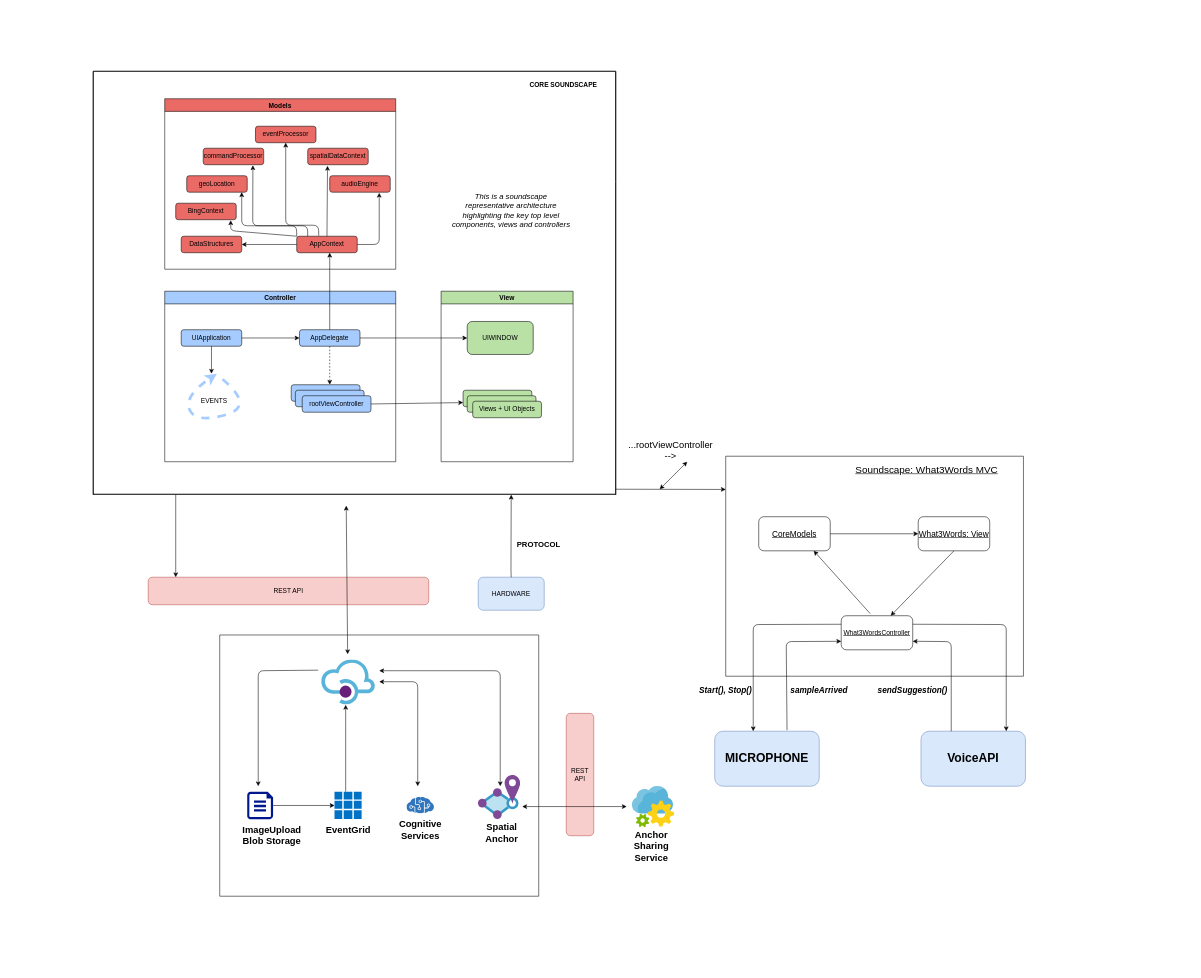
Above: InsideLook.drawio in willdonlan8/test (draw.io), before the change. Source tidied: cells renumbered, new cells numbered last; positions are measured from the earlier drawing's top-left corner, leaving out a move shared by most shapes. Both pictures are drawn from the tidied source at 55%, with x=0, y=0 at pixel (93, 71). Pictures stored in the file or linked from it are replaced by grey dashed boxes.
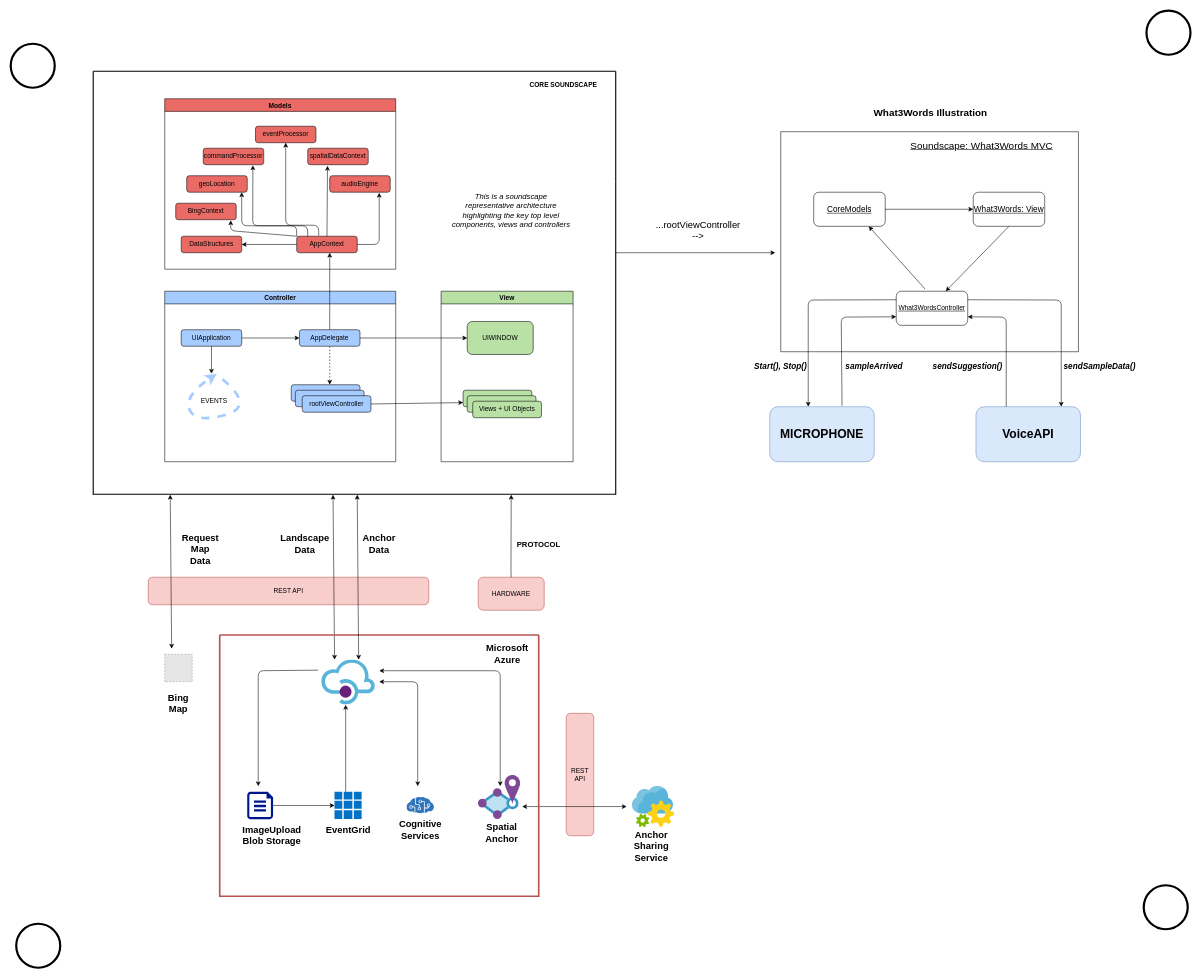
The same page after the edit.

The edit, as a diff of the source:
```diff
@@
-    <mxCell id="53" style="endArrow=classic;html=1;entryX=0;entryY=0.201;entryDx=0;entryDy=0;entryPerimeter=0;" parent="1" edge="1">
-      <mxGeometry relative="1" as="geometry">
-        <mxPoint x="950" y="760" as="sourcePoint" />
-        <mxPoint x="1150" y="760.4" as="targetPoint" />
-      </mxGeometry>
-    </mxCell>
-    <mxCell id="54" value="&lt;font style=&quot;font-size: 17px&quot;&gt;...rootViewController --&amp;gt;&lt;/font&gt;" style="text;html=1;strokeColor=none;fillColor=none;align=center;verticalAlign=middle;whiteSpace=wrap;rounded=0;" parent="1" vertex="1">
-      <mxGeometry x="990" y="660" width="120" height="60" as="geometry" />
-    </mxCell>
-    <mxCell id="55" value="HARDWARE" style="rounded=1;whiteSpace=wrap;html=1;fillColor=#dae8fc;strokeColor=#6c8ebf;" parent="1" vertex="1">
+    <mxCell id="55" value="HARDWARE" style="rounded=1;whiteSpace=wrap;html=1;fillColor=#f8cecc;strokeColor=#b85450;" parent="1" vertex="1">
       <mxGeometry x="700" y="920" width="120" height="60" as="geometry" />
     </mxCell>
@@
-    <mxCell id="59" style="swimlane;startSize=0;" parent="1" vertex="1">
-      <mxGeometry x="1150" y="700" width="541.3" height="400" as="geometry" />
-    </mxCell>
-    <mxCell id="60" value="&lt;font style=&quot;font-size: 18px&quot;&gt;&lt;u&gt;Soundscape: What3Words MVC&lt;/u&gt;&lt;/font&gt;" style="text;html=1;strokeColor=none;fillColor=none;align=center;verticalAlign=middle;whiteSpace=wrap;rounded=0;" parent="59" vertex="1">
-      <mxGeometry x="190" width="351.3" height="50" as="geometry" />
-    </mxCell>
-    <mxCell id="61" value="&lt;u&gt;What3WordsController&lt;/u&gt;" style="rounded=1;whiteSpace=wrap;html=1;strokeColor=#000000;fillColor=#FFFFFF;" parent="59" vertex="1">
-      <mxGeometry x="210" y="290" width="130" height="62" as="geometry" />
-    </mxCell>
-    <mxCell id="62" value="&lt;u&gt;&lt;font style=&quot;font-size: 15px&quot;&gt;What3Words: View&lt;/font&gt;&lt;/u&gt;" style="rounded=1;whiteSpace=wrap;html=1;strokeColor=#000000;fillColor=#FFFFFF;" parent="59" vertex="1">
-      <mxGeometry x="350" y="110" width="130" height="62" as="geometry" />
-    </mxCell>
-    <mxCell id="63" value="&lt;u&gt;&lt;font style=&quot;font-size: 15px&quot;&gt;CoreModels&lt;/font&gt;&lt;/u&gt;" style="rounded=1;whiteSpace=wrap;html=1;strokeColor=#000000;fillColor=#FFFFFF;" parent="59" vertex="1">
-      <mxGeometry x="60" y="110" width="130" height="62" as="geometry" />
-    </mxCell>
-    <mxCell id="64" style="endArrow=classic;html=1;" parent="59" edge="1" source="63" target="62">
-      <mxGeometry relative="1" as="geometry" />
-    </mxCell>
-    <mxCell id="65" style="endArrow=classic;html=1;exitX=0.404;exitY=-0.064;exitDx=0;exitDy=0;exitPerimeter=0;" parent="59" edge="1" source="61">
-      <mxGeometry relative="1" as="geometry">
-        <mxPoint x="160" y="172" as="targetPoint" />
-      </mxGeometry>
-    </mxCell>
-    <mxCell id="66" value="&lt;b&gt;&lt;font style=&quot;font-size: 22px&quot;&gt;MICROPHONE&lt;/font&gt;&lt;/b&gt;" style="rounded=1;whiteSpace=wrap;html=1;fillColor=#dae8fc;strokeColor=#6c8ebf;" parent="1" vertex="1">
-      <mxGeometry x="1130" y="1200" width="190" height="100" as="geometry" />
-    </mxCell>
-    <mxCell id="67" value="&lt;b&gt;&lt;font style=&quot;font-size: 22px&quot;&gt;VoiceAPI&lt;/font&gt;&lt;/b&gt;" style="rounded=1;whiteSpace=wrap;html=1;fillColor=#dae8fc;strokeColor=#6c8ebf;" parent="1" vertex="1">
-      <mxGeometry x="1505" y="1200" width="190" height="100" as="geometry" />
-    </mxCell>
-    <mxCell id="68" style="endArrow=classic;html=1;exitX=0;exitY=0.25;exitDx=0;exitDy=0;" parent="1" edge="1" source="61">
-      <mxGeometry relative="1" as="geometry">
-        <mxPoint x="1200" y="1200" as="targetPoint" />
-        <Array as="points">
-          <mxPoint x="1200" y="1006" />
-        </Array>
-      </mxGeometry>
-    </mxCell>
-    <mxCell id="69" style="endArrow=classic;html=1;exitX=1;exitY=0.25;exitDx=0;exitDy=0;" parent="1" edge="1" source="61">
-      <mxGeometry relative="1" as="geometry">
-        <mxPoint x="1660" y="1200" as="targetPoint" />
-        <Array as="points">
-          <mxPoint x="1660" y="1006" />
-        </Array>
-      </mxGeometry>
-    </mxCell>
-    <mxCell id="70" style="endArrow=classic;html=1;entryX=0;entryY=0.75;entryDx=0;entryDy=0;exitX=0.692;exitY=-0.02;exitDx=0;exitDy=0;exitPerimeter=0;" parent="1" edge="1" source="66" target="61">
-      <mxGeometry relative="1" as="geometry">
-        <Array as="points">
-          <mxPoint x="1260" y="1037" />
-        </Array>
-      </mxGeometry>
-    </mxCell>
-    <mxCell id="71" style="endArrow=classic;html=1;entryX=1;entryY=0.75;entryDx=0;entryDy=0;" parent="1" edge="1" target="61">
-      <mxGeometry relative="1" as="geometry">
-        <mxPoint x="1560" y="1200" as="sourcePoint" />
-        <Array as="points">
-          <mxPoint x="1560" y="1037" />
-        </Array>
-      </mxGeometry>
-    </mxCell>
-    <mxCell id="72" style="endArrow=classic;html=1;exitX=0.5;exitY=1;exitDx=0;exitDy=0;" parent="1" edge="1" source="62">
-      <mxGeometry relative="1" as="geometry">
-        <mxPoint x="1450" y="990" as="targetPoint" />
-      </mxGeometry>
-    </mxCell>
-    <mxCell id="73" value="&lt;font style=&quot;font-size: 15px&quot;&gt;&lt;b&gt;&lt;i&gt;sampleArrived&lt;/i&gt;&lt;/b&gt;&lt;/font&gt;" style="text;html=1;strokeColor=none;fillColor=none;align=center;verticalAlign=middle;whiteSpace=wrap;rounded=0;" parent="1" vertex="1">
-      <mxGeometry x="1270" y="1110" width="100" height="30" as="geometry" />
-    </mxCell>
-    <mxCell id="74" value="&lt;font style=&quot;font-size: 15px&quot;&gt;&lt;b&gt;&lt;i&gt;Start(), Stop()&lt;/i&gt;&lt;/b&gt;&lt;/font&gt;" style="text;html=1;strokeColor=none;fillColor=none;align=center;verticalAlign=middle;whiteSpace=wrap;rounded=0;" parent="1" vertex="1">
-      <mxGeometry x="1100" y="1110" width="100" height="30" as="geometry" />
-    </mxCell>
-    <mxCell id="75" value="&lt;font style=&quot;font-size: 15px&quot;&gt;&lt;b&gt;&lt;i&gt;sendSuggestion()&lt;/i&gt;&lt;/b&gt;&lt;/font&gt;" style="text;html=1;strokeColor=none;fillColor=none;align=center;verticalAlign=middle;whiteSpace=wrap;rounded=0;" parent="1" vertex="1">
-      <mxGeometry x="1440" y="1110" width="100" height="30" as="geometry" />
-    </mxCell>
@@
-    <mxCell id="77" style="endArrow=classic;html=1;" parent="1" edge="1">
-      <mxGeometry relative="1" as="geometry">
-        <mxPoint x="150" y="770" as="sourcePoint" />
-        <mxPoint x="150" y="920" as="targetPoint" />
-      </mxGeometry>
-    </mxCell>
@@
     <mxCell id="84" style="endArrow=classic;startArrow=classic;html=1;" parent="1" edge="1">
       <mxGeometry relative="1" as="geometry">
-        <mxPoint x="462.6" y="1060" as="sourcePoint" />
-        <mxPoint x="460" y="790" as="targetPoint" />
+        <mxPoint x="438.8" y="1070" as="sourcePoint" />
+        <mxPoint x="436" y="770" as="targetPoint" />
       </mxGeometry>
     </mxCell>
-    <mxCell id="85" style="endArrow=classic;startArrow=classic;html=1;" parent="1" edge="1">
-      <mxGeometry relative="1" as="geometry">
-        <mxPoint x="1030" y="760" as="sourcePoint" />
-        <mxPoint x="1080" y="710" as="targetPoint" />
-      </mxGeometry>
-    </mxCell>
@@
-    <mxCell id="88" style="swimlane;startSize=0;" parent="1" vertex="1">
+    <mxCell id="88" style="swimlane;startSize=0;fillColor=#f8cecc;strokeColor=#b85450;strokeWidth=3;" parent="1" vertex="1">
       <mxGeometry x="230" y="1025" width="580" height="475" as="geometry" />
     </mxCell>
+    <mxCell id="89" value="&lt;font style=&quot;font-size: 17px&quot;&gt;&lt;b&gt;Microsoft Azure&lt;br&gt;&lt;/b&gt;&lt;/font&gt;" style="text;html=1;strokeColor=none;fillColor=none;align=center;verticalAlign=middle;whiteSpace=wrap;rounded=0;dashed=1;" parent="88" vertex="1">
+      <mxGeometry x="497.5" y="25" width="50" height="20" as="geometry" />
+    </mxCell>
+    <mxCell id="90" style="fillColor=#E6E6E6;strokeColor=#999999;dashed=1;verticalLabelPosition=bottom;labelBackgroundColor=#ffffff;verticalAlign=top;" parent="1" vertex="1">
+      <mxGeometry x="130" y="1060" width="50" height="50" as="geometry" />
+    </mxCell>
+    <mxCell id="91" value="&lt;font style=&quot;font-size: 17px&quot;&gt;&lt;b&gt;Bing Map&lt;br&gt;&lt;/b&gt;&lt;/font&gt;" style="text;html=1;strokeColor=none;fillColor=none;align=center;verticalAlign=middle;whiteSpace=wrap;rounded=0;dashed=1;" parent="1" vertex="1">
+      <mxGeometry x="130" y="1140" width="50" height="20" as="geometry" />
+    </mxCell>
+    <mxCell id="92" style="endArrow=classic;startArrow=classic;html=1;" parent="1" edge="1">
+      <mxGeometry relative="1" as="geometry">
+        <mxPoint x="142.6" y="1050" as="sourcePoint" />
+        <mxPoint x="140" y="770" as="targetPoint" />
+      </mxGeometry>
+    </mxCell>
+    <mxCell id="93" value="&lt;font style=&quot;font-size: 17px&quot;&gt;&lt;b&gt;Request Map Data&lt;br&gt;&lt;/b&gt;&lt;/font&gt;" style="text;html=1;strokeColor=none;fillColor=none;align=center;verticalAlign=middle;whiteSpace=wrap;rounded=0;dashed=1;" parent="1" vertex="1">
+      <mxGeometry x="170" y="860" width="50" height="20" as="geometry" />
+    </mxCell>
+    <mxCell id="94" value="&lt;font style=&quot;font-size: 17px&quot;&gt;&lt;b&gt;Landscape Data&lt;br&gt;&lt;/b&gt;&lt;/font&gt;" style="text;html=1;strokeColor=none;fillColor=none;align=center;verticalAlign=middle;whiteSpace=wrap;rounded=0;dashed=1;" parent="1" vertex="1">
+      <mxGeometry x="360" y="850" width="50" height="20" as="geometry" />
+    </mxCell>
+    <mxCell id="95" style="endArrow=classic;startArrow=classic;html=1;" parent="1" edge="1">
+      <mxGeometry relative="1" as="geometry">
+        <mxPoint x="482.6" y="1070" as="sourcePoint" />
+        <mxPoint x="480" y="770" as="targetPoint" />
+      </mxGeometry>
+    </mxCell>
+    <mxCell id="96" value="&lt;font style=&quot;font-size: 17px&quot;&gt;&lt;b&gt;Anchor Data&lt;br&gt;&lt;/b&gt;&lt;/font&gt;" style="text;html=1;strokeColor=none;fillColor=none;align=center;verticalAlign=middle;whiteSpace=wrap;rounded=0;dashed=1;" parent="1" vertex="1">
+      <mxGeometry x="495" y="850" width="50" height="20" as="geometry" />
+    </mxCell>
+    <mxCell id="97" style="swimlane;startSize=0;" parent="1" vertex="1">
+      <mxGeometry x="1250" y="110" width="541.3" height="400" as="geometry" />
+    </mxCell>
+    <mxCell id="60" value="&lt;font style=&quot;font-size: 18px&quot;&gt;&lt;u&gt;Soundscape: What3Words MVC&lt;/u&gt;&lt;/font&gt;" style="text;html=1;strokeColor=none;fillColor=none;align=center;verticalAlign=middle;whiteSpace=wrap;rounded=0;" parent="97" vertex="1">
+      <mxGeometry x="190" width="351.3" height="50" as="geometry" />
+    </mxCell>
+    <mxCell id="61" value="&lt;u&gt;What3WordsController&lt;/u&gt;" style="rounded=1;whiteSpace=wrap;html=1;strokeColor=#000000;fillColor=#FFFFFF;" parent="97" vertex="1">
+      <mxGeometry x="210" y="290" width="130" height="62" as="geometry" />
+    </mxCell>
+    <mxCell id="62" value="&lt;u&gt;&lt;font style=&quot;font-size: 15px&quot;&gt;What3Words: View&lt;/font&gt;&lt;/u&gt;" style="rounded=1;whiteSpace=wrap;html=1;strokeColor=#000000;fillColor=#FFFFFF;" parent="97" vertex="1">
+      <mxGeometry x="350" y="110" width="130" height="62" as="geometry" />
+    </mxCell>
+    <mxCell id="63" value="&lt;u&gt;&lt;font style=&quot;font-size: 15px&quot;&gt;CoreModels&lt;/font&gt;&lt;/u&gt;" style="rounded=1;whiteSpace=wrap;html=1;strokeColor=#000000;fillColor=#FFFFFF;" parent="97" vertex="1">
+      <mxGeometry x="60" y="110" width="130" height="62" as="geometry" />
+    </mxCell>
+    <mxCell id="64" style="endArrow=classic;html=1;" parent="97" edge="1" source="63" target="62">
+      <mxGeometry relative="1" as="geometry" />
+    </mxCell>
+    <mxCell id="98" style="endArrow=classic;html=1;exitX=0.404;exitY=-0.064;exitDx=0;exitDy=0;exitPerimeter=0;" parent="97" edge="1" source="61">
+      <mxGeometry relative="1" as="geometry">
+        <mxPoint x="160" y="172" as="targetPoint" />
+      </mxGeometry>
+    </mxCell>
+    <mxCell id="99" value="&lt;b&gt;&lt;font style=&quot;font-size: 18px&quot;&gt;What3Words Illustration&lt;/font&gt;&lt;/b&gt;" style="text;html=1;strokeColor=none;fillColor=none;align=center;verticalAlign=middle;whiteSpace=wrap;rounded=0;" parent="1" vertex="1">
+      <mxGeometry x="1330" y="50" width="385" height="50" as="geometry" />
+    </mxCell>
+    <mxCell id="66" value="&lt;b&gt;&lt;font style=&quot;font-size: 22px&quot;&gt;MICROPHONE&lt;/font&gt;&lt;/b&gt;" style="rounded=1;whiteSpace=wrap;html=1;fillColor=#dae8fc;strokeColor=#6c8ebf;" parent="1" vertex="1">
+      <mxGeometry x="1230" y="610" width="190" height="100" as="geometry" />
+    </mxCell>
+    <mxCell id="67" value="&lt;b&gt;&lt;font style=&quot;font-size: 22px&quot;&gt;VoiceAPI&lt;/font&gt;&lt;/b&gt;" style="rounded=1;whiteSpace=wrap;html=1;fillColor=#dae8fc;strokeColor=#6c8ebf;" parent="1" vertex="1">
+      <mxGeometry x="1605" y="610" width="190" height="100" as="geometry" />
+    </mxCell>
+    <mxCell id="100" style="endArrow=classic;html=1;exitX=0;exitY=0.25;exitDx=0;exitDy=0;" parent="1" edge="1" source="61">
+      <mxGeometry relative="1" as="geometry">
+        <mxPoint x="1300" y="610" as="targetPoint" />
+        <Array as="points">
+          <mxPoint x="1300" y="416" />
+        </Array>
+      </mxGeometry>
+    </mxCell>
+    <mxCell id="101" style="endArrow=classic;html=1;exitX=1;exitY=0.25;exitDx=0;exitDy=0;" parent="1" edge="1" source="61">
+      <mxGeometry relative="1" as="geometry">
+        <mxPoint x="1760" y="610" as="targetPoint" />
+        <Array as="points">
+          <mxPoint x="1760" y="416" />
+        </Array>
+      </mxGeometry>
+    </mxCell>
+    <mxCell id="70" style="endArrow=classic;html=1;entryX=0;entryY=0.75;entryDx=0;entryDy=0;exitX=0.692;exitY=-0.02;exitDx=0;exitDy=0;exitPerimeter=0;" parent="1" edge="1" source="66" target="61">
+      <mxGeometry relative="1" as="geometry">
+        <Array as="points">
+          <mxPoint x="1360" y="447" />
+        </Array>
+      </mxGeometry>
+    </mxCell>
+    <mxCell id="102" style="endArrow=classic;html=1;entryX=1;entryY=0.75;entryDx=0;entryDy=0;" parent="1" edge="1" target="61">
+      <mxGeometry relative="1" as="geometry">
+        <mxPoint x="1660" y="610" as="sourcePoint" />
+        <Array as="points">
+          <mxPoint x="1660" y="447" />
+        </Array>
+      </mxGeometry>
+    </mxCell>
+    <mxCell id="103" style="endArrow=classic;html=1;exitX=0.5;exitY=1;exitDx=0;exitDy=0;" parent="1" edge="1" source="62">
+      <mxGeometry relative="1" as="geometry">
+        <mxPoint x="1550" y="400" as="targetPoint" />
+      </mxGeometry>
+    </mxCell>
+    <mxCell id="73" value="&lt;font style=&quot;font-size: 15px&quot;&gt;&lt;b&gt;&lt;i&gt;sampleArrived&lt;/i&gt;&lt;/b&gt;&lt;/font&gt;" style="text;html=1;strokeColor=none;fillColor=none;align=center;verticalAlign=middle;whiteSpace=wrap;rounded=0;" parent="1" vertex="1">
+      <mxGeometry x="1370" y="520" width="100" height="30" as="geometry" />
+    </mxCell>
+    <mxCell id="74" value="&lt;font style=&quot;font-size: 15px&quot;&gt;&lt;b&gt;&lt;i&gt;Start(), Stop()&lt;/i&gt;&lt;/b&gt;&lt;/font&gt;" style="text;html=1;strokeColor=none;fillColor=none;align=center;verticalAlign=middle;whiteSpace=wrap;rounded=0;" parent="1" vertex="1">
+      <mxGeometry x="1200" y="520" width="100" height="30" as="geometry" />
+    </mxCell>
+    <mxCell id="75" value="&lt;font style=&quot;font-size: 15px&quot;&gt;&lt;b&gt;&lt;i&gt;sendSuggestion()&lt;/i&gt;&lt;/b&gt;&lt;/font&gt;" style="text;html=1;strokeColor=none;fillColor=none;align=center;verticalAlign=middle;whiteSpace=wrap;rounded=0;" parent="1" vertex="1">
+      <mxGeometry x="1540" y="520" width="100" height="30" as="geometry" />
+    </mxCell>
+    <mxCell id="104" value="&lt;font style=&quot;font-size: 15px&quot;&gt;&lt;b&gt;&lt;i&gt;sendSampleData()&lt;/i&gt;&lt;/b&gt;&lt;/font&gt;" style="text;html=1;strokeColor=none;fillColor=none;align=center;verticalAlign=middle;whiteSpace=wrap;rounded=0;" parent="1" vertex="1">
+      <mxGeometry x="1780" y="520" width="100" height="30" as="geometry" />
+    </mxCell>
+    <mxCell id="105" style="endArrow=classic;html=1;" parent="1" edge="1">
+      <mxGeometry relative="1" as="geometry">
+        <mxPoint x="950" y="330" as="sourcePoint" />
+        <mxPoint x="1240" y="330" as="targetPoint" />
+      </mxGeometry>
+    </mxCell>
+    <mxCell id="54" value="&lt;font style=&quot;font-size: 17px&quot;&gt;...rootViewController --&amp;gt;&lt;/font&gt;" style="text;html=1;strokeColor=none;fillColor=none;align=center;verticalAlign=middle;whiteSpace=wrap;rounded=0;" parent="1" vertex="1">
+      <mxGeometry x="1040" y="260" width="120" height="60" as="geometry" />
+    </mxCell>
+    <mxCell id="106" style="ellipse;whiteSpace=wrap;html=1;strokeWidth=4;" parent="1" vertex="1">
+      <mxGeometry x="-150" y="-50" width="80" height="80" as="geometry" />
+    </mxCell>
+    <mxCell id="107" style="ellipse;whiteSpace=wrap;html=1;strokeWidth=4;" parent="1" vertex="1">
+      <mxGeometry x="-140" y="1550" width="80" height="80" as="geometry" />
+    </mxCell>
+    <mxCell id="108" style="ellipse;whiteSpace=wrap;html=1;strokeWidth=4;" parent="1" vertex="1">
+      <mxGeometry x="1910" y="1480" width="80" height="80" as="geometry" />
+    </mxCell>
+    <mxCell id="109" style="ellipse;whiteSpace=wrap;html=1;strokeWidth=4;" parent="1" vertex="1">
+      <mxGeometry x="1915" y="-110" width="80" height="80" as="geometry" />
+    </mxCell>
```
